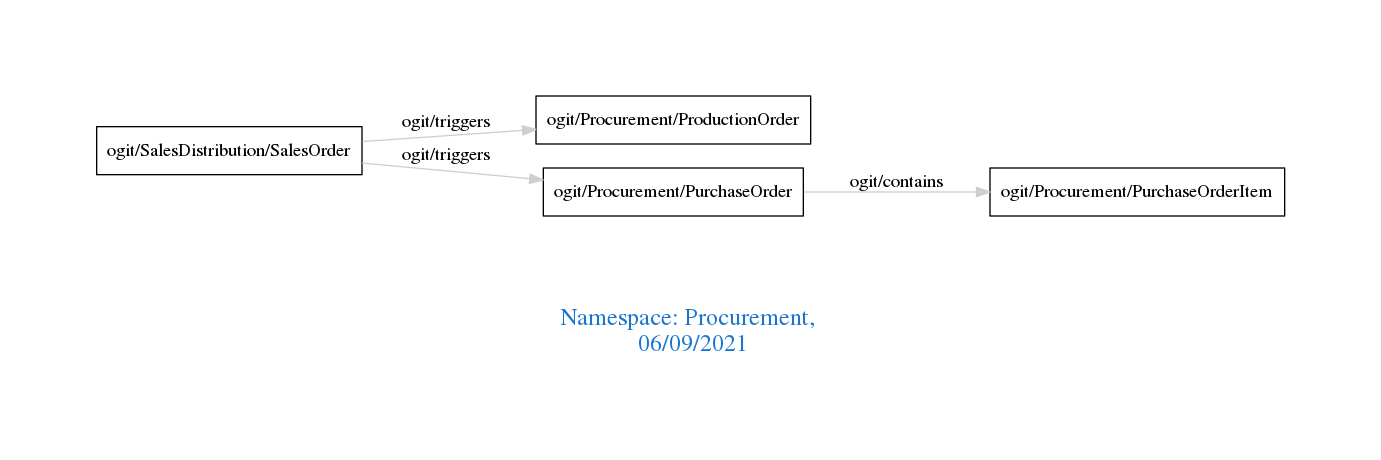
Earlier version of the Graphviz export downloads/Procurement.png (arago/OGIT). Its source is kept beside it as downloads/Procurement.dot.
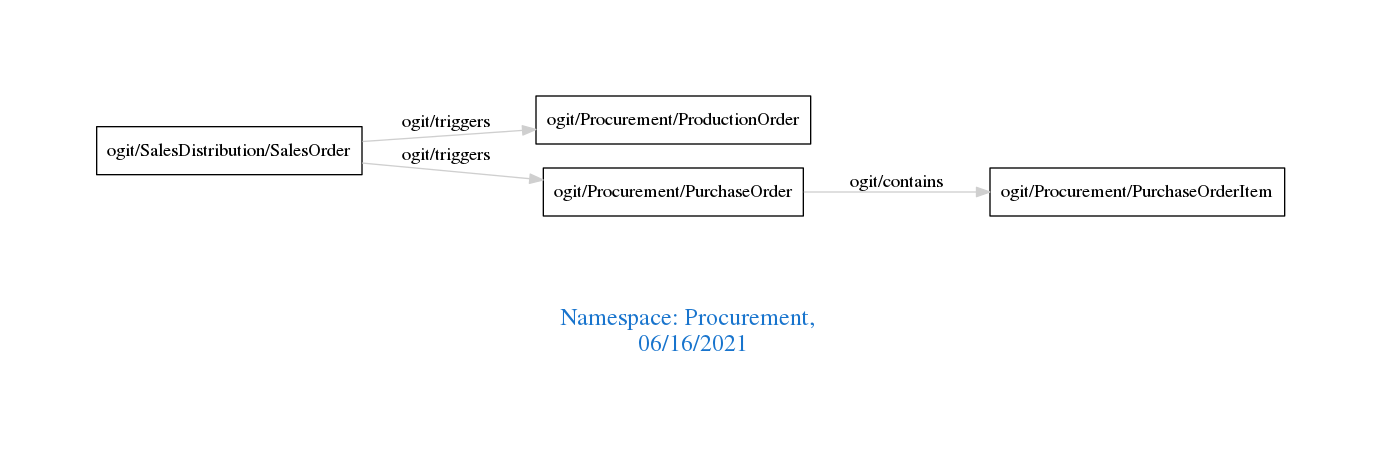
The same file after the commit.

What changed in the source:
```diff
@@ -1,7 +1,7 @@
 digraph OGIT_ontology {
  graph [ rankdir= LR,pad=1
 fontsize = 18,
-fontcolor= dodgerblue3,label = "\n\n\nNamespace: Procurement, \n 06/09/2021"];
+fontcolor= dodgerblue3,label = "\n\n\nNamespace: Procurement, \n 06/16/2021"];
 node[shape=polygon];
 edge [  color="gray81"];
 
```
